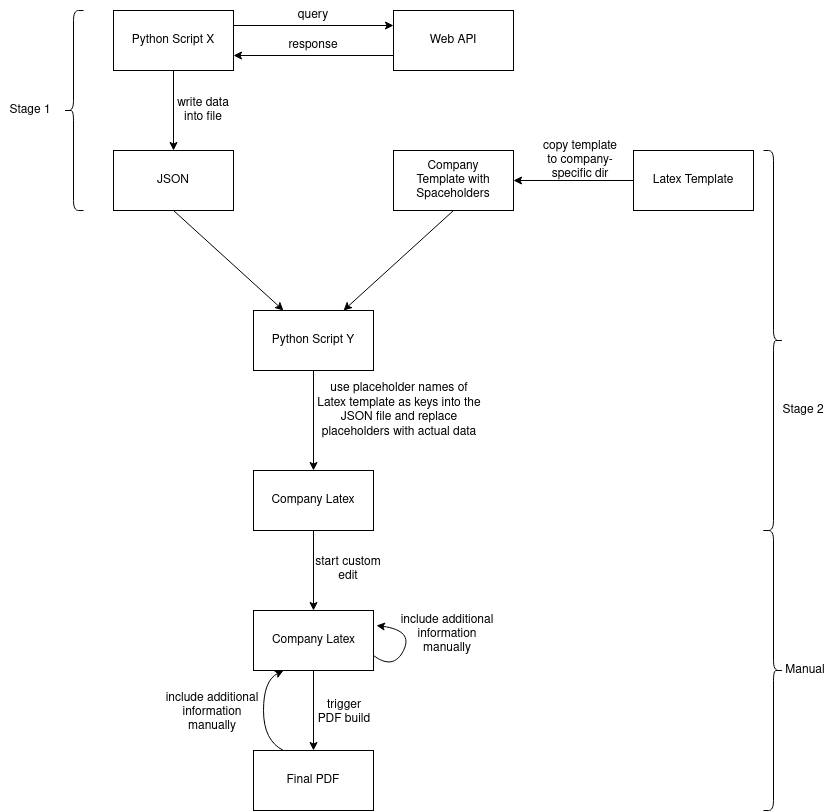
lulu98/stock-analysis-tool keeps this draw.io diagram as images/workflow.png. Above is the earlier version. Source tidied: cells renumbered, new cells last; positions are measured from the earlier drawing's top-left corner, leaving out a move shared by most shapes.
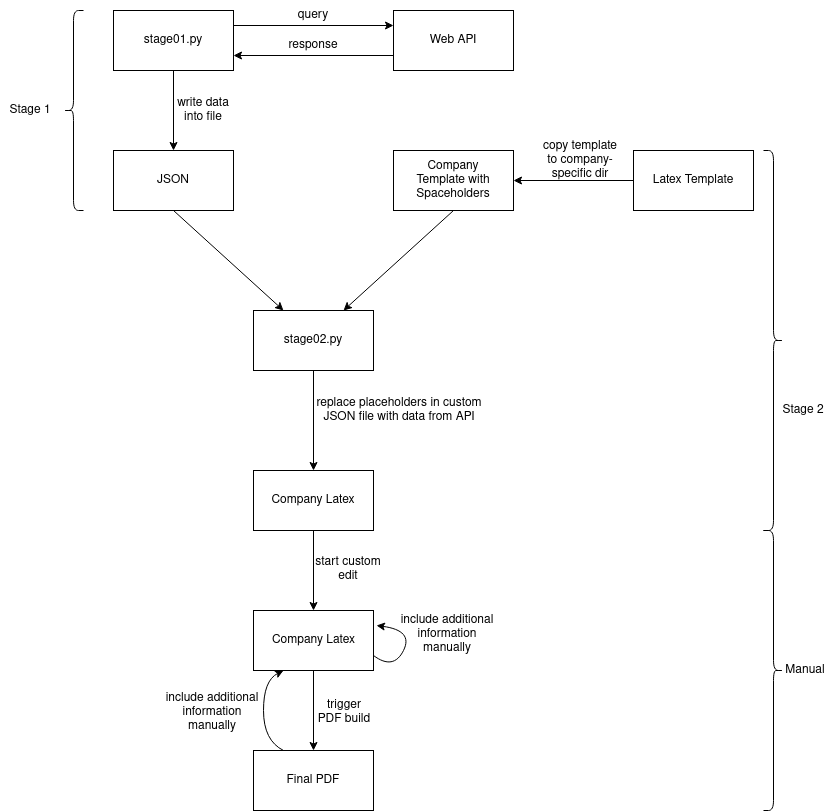
The same file after the commit.

The edit, as a diff of the source:
```diff
@@ -5,7 +5,7 @@
     <mxCell id="2" style="rounded=0;whiteSpace=wrap;html=1;" parent="1" vertex="1">
       <mxGeometry x="113" y="10" width="120" height="60" as="geometry" />
     </mxCell>
-    <mxCell id="3" value="Python Script X" style="text;html=1;strokeColor=none;fillColor=none;align=center;verticalAlign=middle;whiteSpace=wrap;rounded=0;" parent="1" vertex="1">
+    <mxCell id="3" value="stage01.py" style="text;html=1;strokeColor=none;fillColor=none;align=center;verticalAlign=middle;whiteSpace=wrap;rounded=0;" parent="1" vertex="1">
       <mxGeometry x="128" y="25" width="90" height="30" as="geometry" />
     </mxCell>
     <mxCell id="4" style="rounded=0;whiteSpace=wrap;html=1;" parent="1" vertex="1">
@@ -35,7 +35,7 @@
     <mxCell id="12" style="rounded=0;whiteSpace=wrap;html=1;" parent="1" vertex="1">
       <mxGeometry x="253" y="310" width="120" height="60" as="geometry" />
     </mxCell>
-    <mxCell id="13" value="Python Script Y" style="text;html=1;strokeColor=none;fillColor=none;align=center;verticalAlign=middle;whiteSpace=wrap;rounded=0;" parent="1" vertex="1">
+    <mxCell id="13" value="stage02.py" style="text;html=1;strokeColor=none;fillColor=none;align=center;verticalAlign=middle;whiteSpace=wrap;rounded=0;" parent="1" vertex="1">
       <mxGeometry x="268" y="325" width="90" height="30" as="geometry" />
     </mxCell>
     <mxCell id="14" style="rounded=0;whiteSpace=wrap;html=1;" parent="1" vertex="1">
@@ -98,7 +98,7 @@
     <mxCell id="33" value="copy template to company-specific dir" style="text;html=1;strokeColor=none;fillColor=none;align=center;verticalAlign=middle;whiteSpace=wrap;rounded=0;" parent="1" vertex="1">
       <mxGeometry x="540" y="145" width="80" height="30" as="geometry" />
     </mxCell>
-    <mxCell id="34" value="use placeholder names of Latex template as keys into the JSON file and replace placeholders with actual data" style="text;html=1;strokeColor=none;fillColor=none;align=center;verticalAlign=middle;whiteSpace=wrap;rounded=0;" parent="1" vertex="1">
+    <mxCell id="34" value="replace placeholders in custom JSON file with data from API" style="text;html=1;strokeColor=none;fillColor=none;align=center;verticalAlign=middle;whiteSpace=wrap;rounded=0;" parent="1" vertex="1">
       <mxGeometry x="314" y="395" width="170" height="30" as="geometry" />
     </mxCell>
     <mxCell id="35" value="trigger PDF build" style="text;html=1;strokeColor=none;fillColor=none;align=center;verticalAlign=middle;whiteSpace=wrap;rounded=0;" parent="1" vertex="1">
```
